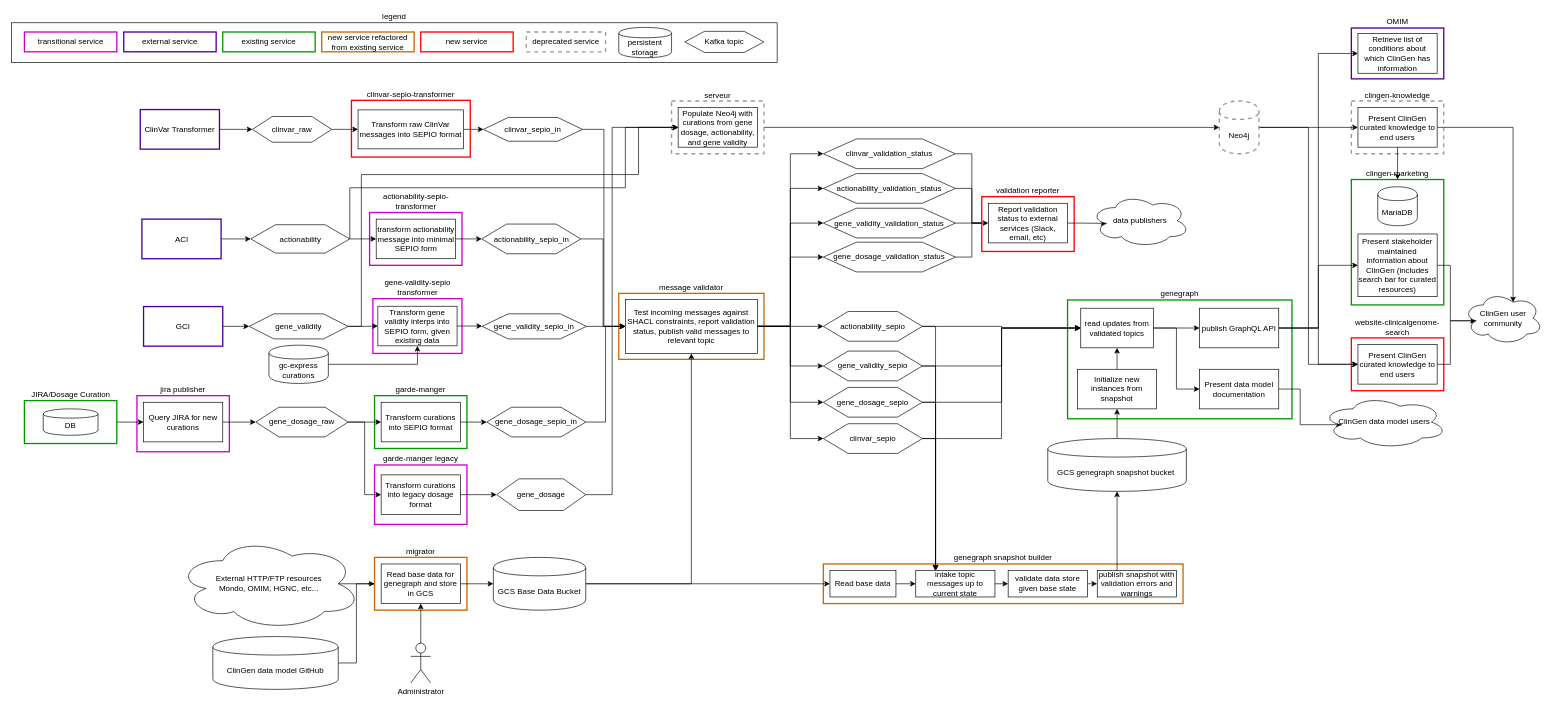
Above: page "transitional" (3 of 3) of B/G ClinGen Architecture.drawio in clingen-data-model/architecture (draw.io), before the change. Source tidied: cells renumbered, new cells numbered last; positions are measured from the earlier drawing's top-left corner, leaving out a move shared by most shapes. Both pictures are drawn from the tidied source at 66%, with x=0, y=0 at pixel (11, 22).
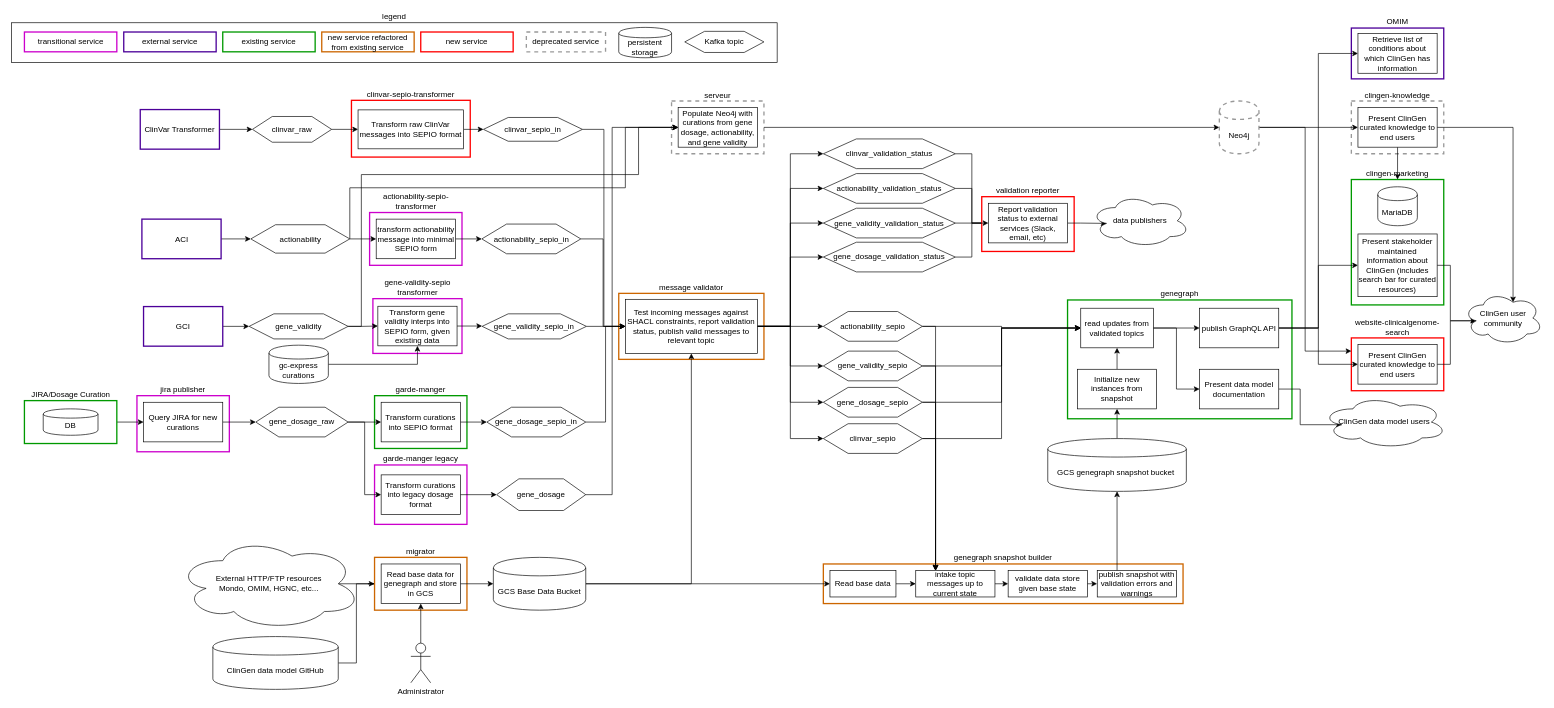
The same diagram, later.

The change refers to these unchanged cells:
```xml
<mxCell id="14" value="website-clinicalgenome-search" style="rounded=0;whiteSpace=wrap;html=1;labelPosition=center;verticalLabelPosition=top;align=center;verticalAlign=bottom;strokeColor=#FF0000;strokeWidth=2;" parent="1" vertex="1">
  <mxGeometry x="2030" y="477.5" width="140" height="80" as="geometry" />
</mxCell>
<mxCell id="31" value="Present ClinGen curated knowledge to end users" style="rounded=0;whiteSpace=wrap;html=1;" parent="1" vertex="1">
  <mxGeometry x="2040" y="487.5" width="120" height="60" as="geometry" />
</mxCell>
<mxCell id="149" value="Neo4j" style="shape=cylinder;whiteSpace=wrap;html=1;boundedLbl=1;backgroundOutline=1;strokeColor=#999999;strokeWidth=2;dashed=1;" parent="1" vertex="1">
  <mxGeometry x="1830" y="118.5" width="60" height="80" as="geometry" />
</mxCell>
```

Diff of the diagram source:
```diff
@@
-    <mxCell id="148" style="edgeStyle=orthogonalEdgeStyle;rounded=0;jettySize=auto;html=1;exitX=1;exitY=0.5;exitDx=0;exitDy=0;entryX=0;entryY=0.5;entryDx=0;entryDy=0;fontColor=#CCCCCC;" parent="1" edge="1" source="149" target="31">
-      <mxGeometry relative="1" as="geometry" />
-    </mxCell>
+    <mxCell id="153" style="edgeStyle=orthogonalEdgeStyle;rounded=0;jettySize=auto;html=1;exitX=1;exitY=0.5;exitDx=0;exitDy=0;entryX=0;entryY=0.25;entryDx=0;entryDy=0;fontColor=#CCCCCC;" parent="1" edge="1" source="149" target="14">
+      <mxGeometry relative="1" as="geometry" />
+    </mxCell>
```
